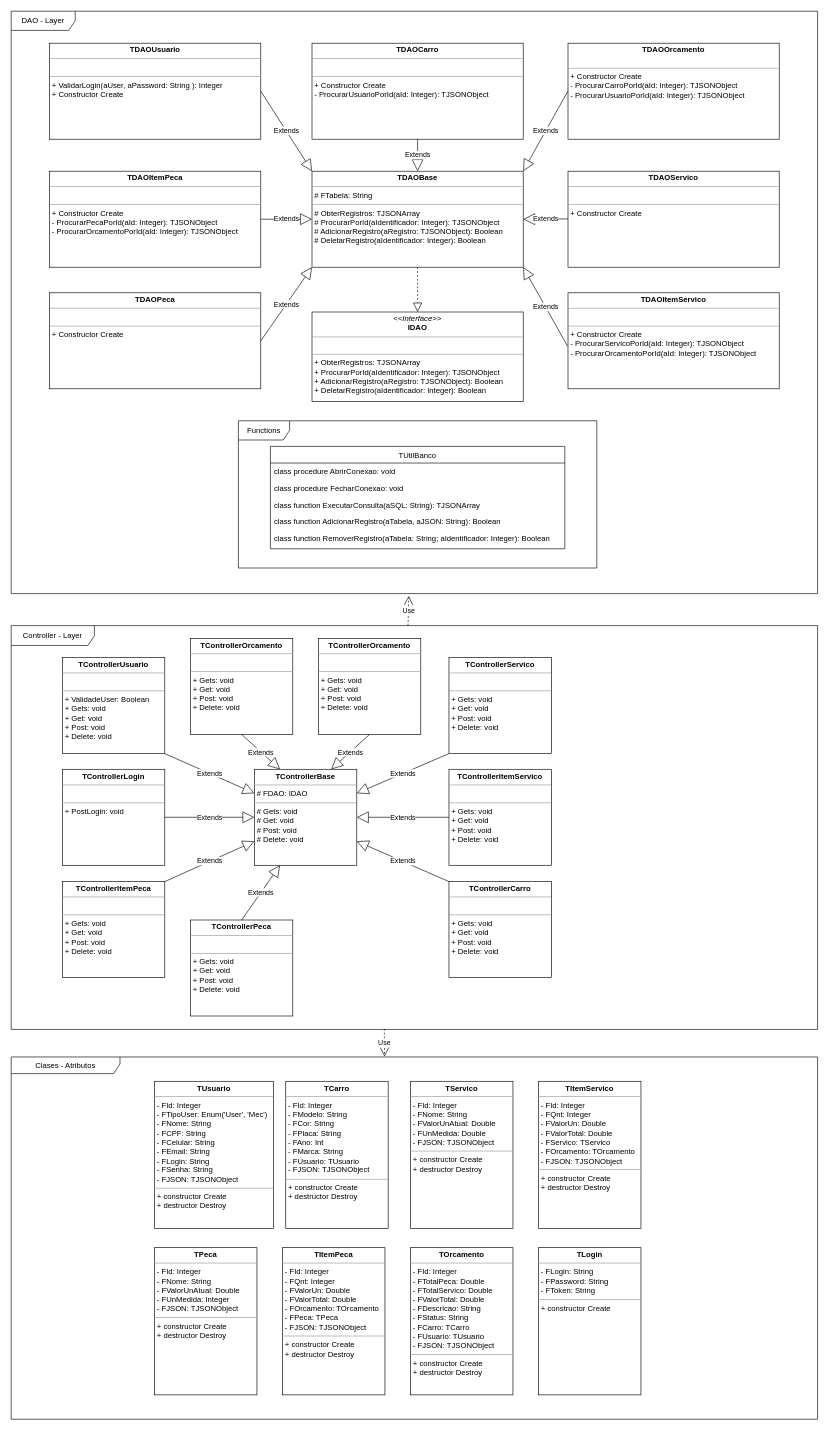
The draw.io diagram 3 - Arquitetura da Aplicação/Diagramas de Classes/BackEnd/Diagrama_Classe_BackEnd.drawio in JeanCarlosMoller/MecanicaLamborghini, before the edit. Source tidied: cells renumbered, new cells numbered last; positions are measured from the earlier drawing's top-left corner, leaving out a move shared by most shapes. Both pictures are drawn from the tidied source at 64%, with x=0, y=0 at pixel (11, 11).
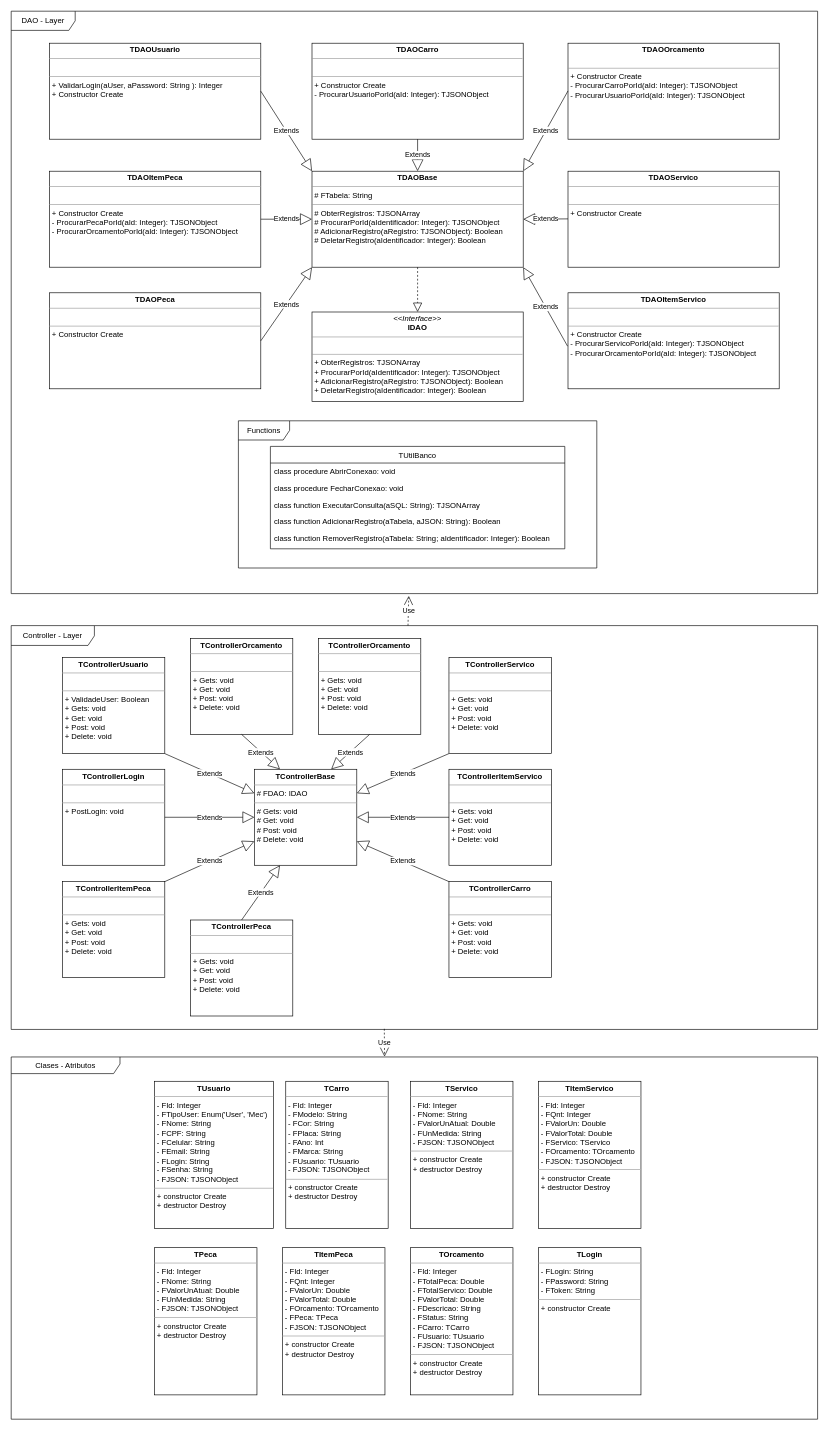
Above is the later version.

Change to the diagram source:
```diff
@@
-    <mxCell id="50" value="&lt;p style=&quot;margin:0px;margin-top:4px;text-align:center;&quot;&gt;&lt;b&gt;TServico&lt;/b&gt;&lt;/p&gt;&lt;hr size=&quot;1&quot;&gt;&lt;p style=&quot;border-color: var(--border-color); margin: 0px 0px 0px 4px;&quot;&gt;- FId: Integer&lt;/p&gt;&lt;p style=&quot;border-color: var(--border-color); margin: 0px 0px 0px 4px;&quot;&gt;- FNome: String&lt;/p&gt;&lt;p style=&quot;border-color: var(--border-color); margin: 0px 0px 0px 4px;&quot;&gt;- FValorUnAtual: Double&lt;/p&gt;&lt;p style=&quot;border-color: var(--border-color); margin: 0px 0px 0px 4px;&quot;&gt;- FUnMedida: Double&lt;/p&gt;&lt;p style=&quot;border-color: var(--border-color); margin: 0px 0px 0px 4px;&quot;&gt;- FJSON: TJSONObject&lt;br&gt;&lt;/p&gt;&lt;hr size=&quot;1&quot;&gt;&lt;p style=&quot;border-color: var(--border-color); margin: 0px 0px 0px 4px;&quot;&gt;+ constructor Create&lt;/p&gt;&lt;p style=&quot;border-color: var(--border-color); margin: 0px 0px 0px 4px;&quot;&gt;+ destructor Destroy&lt;/p&gt;" style="verticalAlign=top;align=left;overflow=fill;fontSize=12;fontFamily=Helvetica;html=1;" parent="1" vertex="1">
+    <mxCell id="50" value="&lt;p style=&quot;margin:0px;margin-top:4px;text-align:center;&quot;&gt;&lt;b&gt;TServico&lt;/b&gt;&lt;/p&gt;&lt;hr size=&quot;1&quot;&gt;&lt;p style=&quot;border-color: var(--border-color); margin: 0px 0px 0px 4px;&quot;&gt;- FId: Integer&lt;/p&gt;&lt;p style=&quot;border-color: var(--border-color); margin: 0px 0px 0px 4px;&quot;&gt;- FNome: String&lt;/p&gt;&lt;p style=&quot;border-color: var(--border-color); margin: 0px 0px 0px 4px;&quot;&gt;- FValorUnAtual: Double&lt;/p&gt;&lt;p style=&quot;border-color: var(--border-color); margin: 0px 0px 0px 4px;&quot;&gt;- FUnMedida: String&lt;/p&gt;&lt;p style=&quot;border-color: var(--border-color); margin: 0px 0px 0px 4px;&quot;&gt;- FJSON: TJSONObject&lt;br&gt;&lt;/p&gt;&lt;hr size=&quot;1&quot;&gt;&lt;p style=&quot;border-color: var(--border-color); margin: 0px 0px 0px 4px;&quot;&gt;+ constructor Create&lt;/p&gt;&lt;p style=&quot;border-color: var(--border-color); margin: 0px 0px 0px 4px;&quot;&gt;+ destructor Destroy&lt;/p&gt;" style="verticalAlign=top;align=left;overflow=fill;fontSize=12;fontFamily=Helvetica;html=1;" parent="1" vertex="1">
       <mxGeometry x="624" y="1672" width="160" height="230" as="geometry" />
     </mxCell>
@@
-    <mxCell id="52" value="&lt;p style=&quot;margin:0px;margin-top:4px;text-align:center;&quot;&gt;&lt;b&gt;TPeca&lt;/b&gt;&lt;/p&gt;&lt;hr size=&quot;1&quot;&gt;&lt;p style=&quot;border-color: var(--border-color); margin: 0px 0px 0px 4px;&quot;&gt;- FId: Integer&lt;/p&gt;&lt;p style=&quot;border-color: var(--border-color); margin: 0px 0px 0px 4px;&quot;&gt;- FNome: String&lt;/p&gt;&lt;p style=&quot;border-color: var(--border-color); margin: 0px 0px 0px 4px;&quot;&gt;- FValorUnAtual: Double&lt;/p&gt;&lt;p style=&quot;border-color: var(--border-color); margin: 0px 0px 0px 4px;&quot;&gt;- FUnMedida: Integer&lt;/p&gt;&lt;p style=&quot;border-color: var(--border-color); margin: 0px 0px 0px 4px;&quot;&gt;- FJSON: TJSONObject&lt;br&gt;&lt;/p&gt;&lt;hr size=&quot;1&quot;&gt;&lt;p style=&quot;border-color: var(--border-color); margin: 0px 0px 0px 4px;&quot;&gt;+ constructor Create&lt;/p&gt;&lt;p style=&quot;border-color: var(--border-color); margin: 0px 0px 0px 4px;&quot;&gt;+ destructor Destroy&lt;/p&gt;" style="verticalAlign=top;align=left;overflow=fill;fontSize=12;fontFamily=Helvetica;html=1;" parent="1" vertex="1">
+    <mxCell id="52" value="&lt;p style=&quot;margin:0px;margin-top:4px;text-align:center;&quot;&gt;&lt;b&gt;TPeca&lt;/b&gt;&lt;/p&gt;&lt;hr size=&quot;1&quot;&gt;&lt;p style=&quot;border-color: var(--border-color); margin: 0px 0px 0px 4px;&quot;&gt;- FId: Integer&lt;/p&gt;&lt;p style=&quot;border-color: var(--border-color); margin: 0px 0px 0px 4px;&quot;&gt;- FNome: String&lt;/p&gt;&lt;p style=&quot;border-color: var(--border-color); margin: 0px 0px 0px 4px;&quot;&gt;- FValorUnAtual: Double&lt;/p&gt;&lt;p style=&quot;border-color: var(--border-color); margin: 0px 0px 0px 4px;&quot;&gt;- FUnMedida: String&lt;/p&gt;&lt;p style=&quot;border-color: var(--border-color); margin: 0px 0px 0px 4px;&quot;&gt;- FJSON: TJSONObject&lt;br&gt;&lt;/p&gt;&lt;hr size=&quot;1&quot;&gt;&lt;p style=&quot;border-color: var(--border-color); margin: 0px 0px 0px 4px;&quot;&gt;+ constructor Create&lt;/p&gt;&lt;p style=&quot;border-color: var(--border-color); margin: 0px 0px 0px 4px;&quot;&gt;+ destructor Destroy&lt;/p&gt;" style="verticalAlign=top;align=left;overflow=fill;fontSize=12;fontFamily=Helvetica;html=1;" parent="1" vertex="1">
       <mxGeometry x="224" y="1932" width="160" height="230" as="geometry" />
     </mxCell>
```
